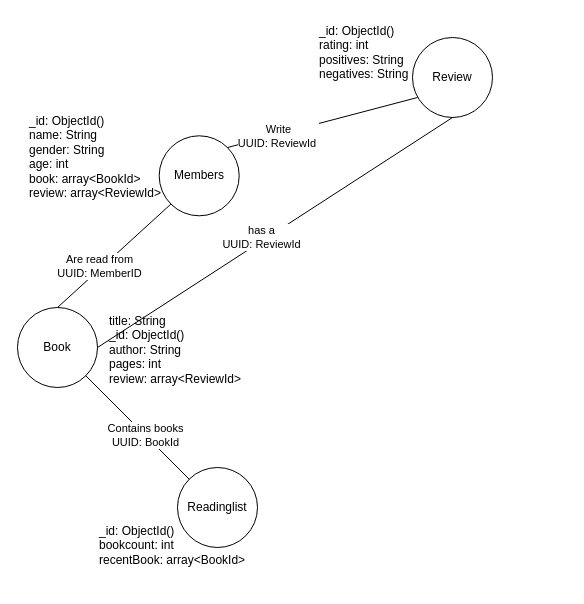
This is KN07/LogischesModelNeo4j.drawio from ElmarKessler/m165_elmarkessler, a draw.io file, before an edit. Source tidied: cells renumbered, new cells numbered last; positions are measured from the earlier drawing's top-left corner, leaving out a move shared by most shapes. Both pictures are drawn from the tidied source at 100%, with x=0, y=0 at pixel (17, 17).
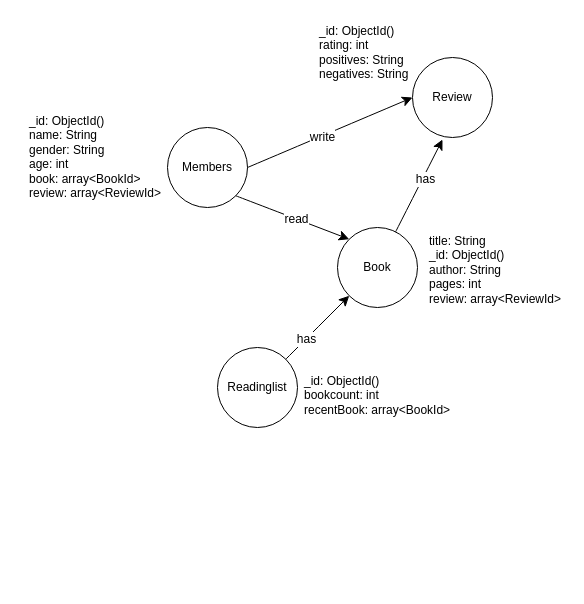
Above is the later version.

Diff of the diagram source:
```diff
@@
     <mxCell id="2" value="Members" style="ellipse;whiteSpace=wrap;html=1;" parent="1" vertex="1">
-      <mxGeometry x="141.7" y="118.3" width="80" height="80" as="geometry" />
+      <mxGeometry x="150" y="110" width="80" height="80" as="geometry" />
     </mxCell>
     <mxCell id="3" value="Book" style="ellipse;whiteSpace=wrap;html=1;" parent="1" vertex="1">
-      <mxGeometry y="290" width="80" height="80" as="geometry" />
+      <mxGeometry x="320" y="210" width="80" height="80" as="geometry" />
     </mxCell>
     <mxCell id="4" value="Readinglist" style="ellipse;whiteSpace=wrap;html=1;" parent="1" vertex="1">
-      <mxGeometry x="160" y="450" width="80" height="80" as="geometry" />
+      <mxGeometry x="200" y="330" width="80" height="80" as="geometry" />
     </mxCell>
-    <mxCell id="5" style="endArrow=none;html=1;rounded=0;entryX=1;entryY=1;entryDx=0;entryDy=0;exitX=0;exitY=0;exitDx=0;exitDy=0;" parent="1" edge="1" source="4" target="3">
-      <mxGeometry relative="1" as="geometry" />
-    </mxCell>
-    <mxCell id="6" value="Contains books&lt;div&gt;UUID: BookId&lt;/div&gt;" style="edgeLabel;html=1;align=center;verticalAlign=middle;" parent="5" vertex="1">
-      <mxGeometry x="-0.14" relative="1" as="geometry" />
-    </mxCell>
     <mxCell id="7" value="Review" style="ellipse;whiteSpace=wrap;html=1;" parent="1" vertex="1">
-      <mxGeometry x="395" y="20" width="80" height="80" as="geometry" />
+      <mxGeometry x="395" y="40" width="80" height="80" as="geometry" />
     </mxCell>
-    <mxCell id="8" style="endArrow=none;html=1;rounded=0;entryX=0;entryY=1;entryDx=0;entryDy=0;" parent="1" edge="1" target="2">
-      <mxGeometry relative="1" as="geometry">
-        <mxPoint x="40" y="290" as="sourcePoint" />
-      </mxGeometry>
-    </mxCell>
-    <mxCell id="9" value="Are read from&lt;div&gt;UUID: MemberID&lt;/div&gt;" style="edgeLabel;html=1;align=center;verticalAlign=middle;" parent="8" vertex="1">
-      <mxGeometry x="-0.25" y="2" relative="1" as="geometry">
-        <mxPoint y="-1" as="offset" />
-      </mxGeometry>
-    </mxCell>
@@
     <mxCell id="11" value="_id: ObjectId()&lt;br&gt;bookcount: int&lt;br&gt;recentBook: array&amp;lt;BookId&amp;gt;" style="text;whiteSpace=wrap;html=1;" parent="1" vertex="1">
-      <mxGeometry x="80" y="500" width="150" height="70" as="geometry" />
+      <mxGeometry x="285" y="350" width="150" height="70" as="geometry" />
     </mxCell>
     <mxCell id="12" value="title: String&lt;br&gt;_id: ObjectId()&lt;br&gt;author: String&lt;br&gt;pages: int&lt;br&gt;review: array&amp;lt;ReviewId&amp;gt;&lt;div&gt;&lt;br&gt;&lt;/div&gt;" style="text;whiteSpace=wrap;html=1;" parent="1" vertex="1">
-      <mxGeometry x="90" y="290" width="140" height="100" as="geometry" />
+      <mxGeometry x="410" y="210" width="140" height="100" as="geometry" />
     </mxCell>
@@
-    <mxCell id="14" style="endArrow=none;html=1;rounded=0;exitX=1;exitY=0;exitDx=0;exitDy=0;" parent="1" edge="1" source="2">
-      <mxGeometry relative="1" as="geometry">
-        <mxPoint x="400" y="80" as="targetPoint" />
-      </mxGeometry>
-    </mxCell>
-    <mxCell id="15" value="Write&lt;div&gt;UUID: ReviewId&amp;nbsp;&lt;/div&gt;" style="edgeLabel;html=1;align=center;verticalAlign=middle;" parent="14" vertex="1">
-      <mxGeometry x="-0.48" y="-2" relative="1" as="geometry">
-        <mxPoint x="1" as="offset" />
-      </mxGeometry>
-    </mxCell>
+    <mxCell id="18" style="endArrow=classic;html=1;rounded=0;fontSize=12;startSize=8;endSize=8;curved=1;exitX=1;exitY=0.5;exitDx=0;exitDy=0;entryX=0;entryY=0.5;entryDx=0;entryDy=0;" parent="1" edge="1" source="2" target="7">
+      <mxGeometry relative="1" as="geometry" />
+    </mxCell>
+    <mxCell id="19" value="write" style="edgeLabel;html=1;align=center;verticalAlign=middle;fontSize=12;" parent="18" vertex="1">
+      <mxGeometry x="-0.11" y="-1" relative="1" as="geometry" />
+    </mxCell>
-    <mxCell id="16" style="endArrow=none;html=1;rounded=0;exitX=1;exitY=0.5;exitDx=0;exitDy=0;entryX=0.5;entryY=1;entryDx=0;entryDy=0;" parent="1" edge="1" source="3" target="7">
+    <mxCell id="16" style="endArrow=classic;html=1;rounded=0;fontSize=12;startSize=8;endSize=8;curved=1;entryX=0.375;entryY=1.025;entryDx=0;entryDy=0;entryPerimeter=0;" parent="1" edge="1" source="3" target="7">
       <mxGeometry relative="1" as="geometry" />
     </mxCell>
-    <mxCell id="17" value="has a&lt;div&gt;UUID: ReviewId&lt;/div&gt;" style="edgeLabel;html=1;align=center;verticalAlign=middle;" parent="16" vertex="1">
-      <mxGeometry x="-0.07" y="4" relative="1" as="geometry" />
-    </mxCell>
+    <mxCell id="20" value="has" style="edgeLabel;html=1;align=center;verticalAlign=middle;fontSize=12;" parent="16" vertex="1">
+      <mxGeometry x="0.15" y="-2" relative="1" as="geometry" />
+    </mxCell>
+    <mxCell id="21" style="endArrow=classic;html=1;rounded=0;fontSize=12;startSize=8;endSize=8;curved=1;exitX=1;exitY=1;exitDx=0;exitDy=0;entryX=0;entryY=0;entryDx=0;entryDy=0;" parent="1" edge="1" source="2" target="3">
+      <mxGeometry relative="1" as="geometry" />
+    </mxCell>
+    <mxCell id="22" value="read" style="edgeLabel;html=1;align=center;verticalAlign=middle;fontSize=12;" parent="21" vertex="1">
+      <mxGeometry x="0.07" relative="1" as="geometry" />
+    </mxCell>
+    <mxCell id="5" style="endArrow=classic;html=1;rounded=0;fontSize=12;startSize=8;endSize=8;curved=1;exitX=1;exitY=0;exitDx=0;exitDy=0;entryX=0;entryY=1;entryDx=0;entryDy=0;" parent="1" edge="1" source="4" target="3">
+      <mxGeometry relative="1" as="geometry" />
+    </mxCell>
+    <mxCell id="23" value="has" style="edgeLabel;html=1;align=center;verticalAlign=middle;fontSize=12;" parent="5" vertex="1">
+      <mxGeometry x="-0.38" relative="1" as="geometry" />
+    </mxCell>
```
